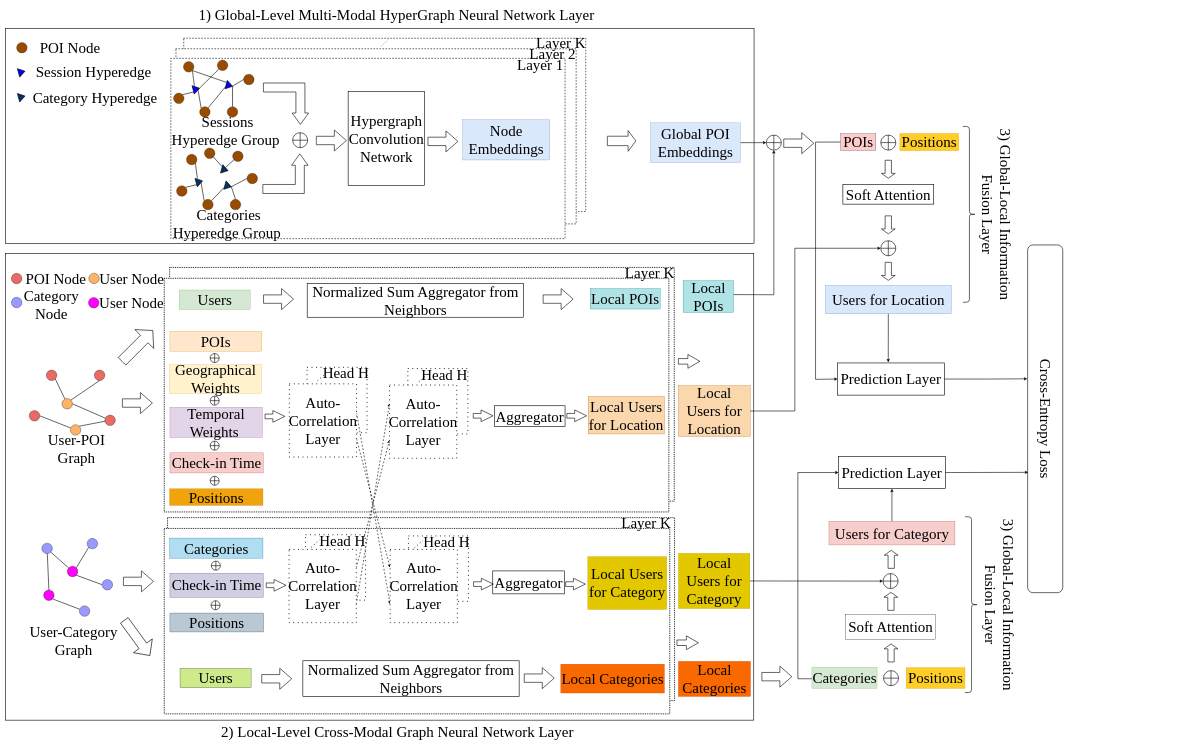
chenshone/draw keeps this draw.io diagram as page "第 1 页" (1 of 2) of hgcn_nextpoi.drawio. Above is the earlier version. Source tidied: cells renumbered, new cells numbered last; positions are measured from the earlier drawing's top-left corner, leaving out a move shared by most shapes. Both pictures are drawn from the tidied source at 30%, with x=0, y=0 at pixel (5, 5).
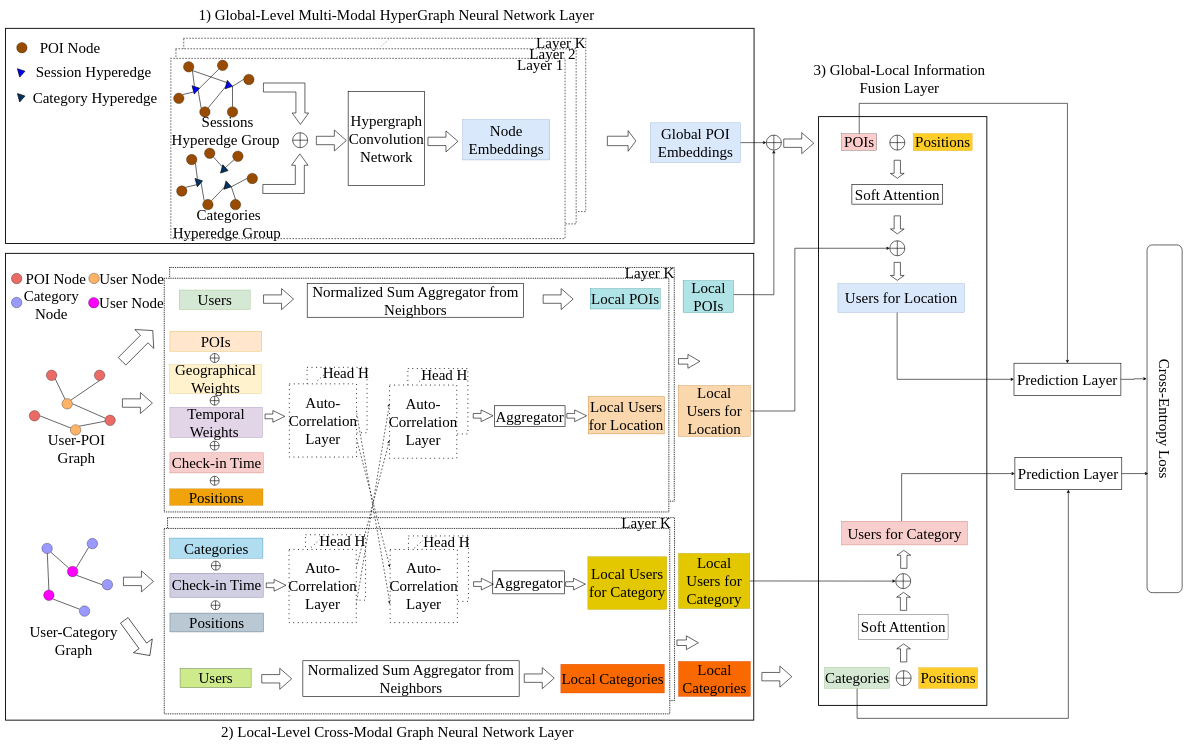
Above is the later version.

What changed in the source:
```diff
@@
+    <mxCell id="204" style="rounded=0;whiteSpace=wrap;html=1;fillColor=none;strokeColor=default;fontSize=50;strokeWidth=3;fontFamily=Times New Roman;fontColor=default;" parent="1" vertex="1">
+      <mxGeometry x="2710" y="371.2" width="561" height="1962.6" as="geometry" />
+    </mxCell>
-    <mxCell id="2" style="rounded=0;whiteSpace=wrap;html=1;fillColor=none;strokeColor=default;fontSize=50;strokeWidth=2;fontFamily=Times New Roman;fontColor=default;" parent="1" vertex="1">
+    <mxCell id="2" style="rounded=0;whiteSpace=wrap;html=1;fillColor=none;strokeColor=default;fontSize=50;strokeWidth=3;fontFamily=Times New Roman;fontColor=default;" parent="1" vertex="1">
       <mxGeometry y="827" width="2494" height="1556" as="geometry" />
     </mxCell>
@@
-    <mxCell id="7" style="rounded=0;whiteSpace=wrap;html=1;fillColor=none;strokeColor=default;fontSize=50;strokeWidth=2;fontFamily=Times New Roman;fontColor=default;" parent="1" vertex="1">
+    <mxCell id="7" style="rounded=0;whiteSpace=wrap;html=1;fillColor=none;strokeColor=default;fontSize=50;strokeWidth=3;fontFamily=Times New Roman;fontColor=default;" parent="1" vertex="1">
       <mxGeometry y="77" width="2495" height="717" as="geometry" />
     </mxCell>
@@
     <mxCell id="23" value="&lt;font style=&quot;font-size: 50px;&quot;&gt;Cross-Entropy Loss&lt;/font&gt;" style="rounded=1;whiteSpace=wrap;html=1;fillColor=none;strokeColor=default;strokeWidth=2;horizontal=0;rotation=-180;fontSize=50;fontFamily=Times New Roman;fontColor=default;" parent="1" vertex="1">
-      <mxGeometry x="3407" y="799" width="117" height="1159" as="geometry" />
+      <mxGeometry x="3805" y="799" width="117" height="1159" as="geometry" />
     </mxCell>
@@
-    <mxCell id="139" style="edgeStyle=orthogonalEdgeStyle;rounded=0;jettySize=auto;html=1;exitX=0;exitY=0.5;exitDx=0;exitDy=0;entryX=0.5;entryY=1;entryDx=0;entryDy=0;strokeWidth=2;" parent="1" edge="1" source="140" target="201">
+    <mxCell id="139" style="edgeStyle=orthogonalEdgeStyle;rounded=0;jettySize=auto;html=1;entryX=0;entryY=0.5;entryDx=0;entryDy=0;strokeWidth=2;" parent="1" edge="1" source="140" target="201">
       <mxGeometry relative="1" as="geometry">
         <Array as="points">
-          <mxPoint x="2700" y="457" />
-          <mxPoint x="2700" y="1247" />
+          <mxPoint x="2846" y="327" />
+          <mxPoint x="3539" y="327" />
         </Array>
       </mxGeometry>
     </mxCell>
     <mxCell id="140" value="POIs" style="text;html=1;strokeColor=#36393d;fillColor=#ffcccc;align=center;verticalAlign=middle;whiteSpace=wrap;rounded=0;fontSize=50;fontFamily=Times New Roman;" parent="1" vertex="1">
-      <mxGeometry x="2783.8" y="428.5" width="117.2" height="55.1" as="geometry" />
+      <mxGeometry x="2787" y="428.5" width="117.2" height="55.1" as="geometry" />
     </mxCell>
     <mxCell id="141" value="Positions" style="text;html=1;strokeColor=#d79b00;fillColor=#ffcd28;align=center;verticalAlign=middle;whiteSpace=wrap;rounded=0;fontSize=50;fontFamily=Times New Roman;gradientColor=none;" parent="1" vertex="1">
-      <mxGeometry x="2981.2" y="427.4" width="196" height="57.2" as="geometry" />
+      <mxGeometry x="3026" y="427.4" width="196" height="57.2" as="geometry" />
     </mxCell>
     <mxCell id="142" style="shape=orEllipse;perimeter=ellipsePerimeter;whiteSpace=wrap;html=1;backgroundOutline=1;fillColor=none;strokeColor=default;strokeWidth=2;fontSize=50;fontFamily=Times New Roman;fontColor=default;" parent="1" vertex="1">
-      <mxGeometry x="2917.5" y="432.9" width="50" height="50" as="geometry" />
+      <mxGeometry x="2947.5" y="432.9" width="50" height="50" as="geometry" />
     </mxCell>
     <mxCell id="143" style="shape=singleArrow;whiteSpace=wrap;html=1;arrowWidth=0.4555555555555524;arrowSize=0.2718676122931441;fillColor=none;strokeColor=default;strokeWidth=2;rotation=90;fontSize=50;fontFamily=Times New Roman;fontColor=default;" parent="1" vertex="1">
-      <mxGeometry x="2912.5" y="523.7" width="60" height="46" as="geometry" />
+      <mxGeometry x="2942.5" y="523.7" width="60" height="46" as="geometry" />
     </mxCell>
     <mxCell id="144" value="Soft Attention" style="rounded=0;whiteSpace=wrap;html=1;fillColor=none;strokeColor=default;fontColor=default;fontSize=50;strokeWidth=2;fontFamily=Times New Roman;" parent="1" vertex="1">
-      <mxGeometry x="2791.1" y="597" width="302.8" height="66" as="geometry" />
+      <mxGeometry x="2821.1" y="597" width="302.8" height="66" as="geometry" />
     </mxCell>
     <mxCell id="145" style="shape=singleArrow;whiteSpace=wrap;html=1;arrowWidth=0.4555555555555524;arrowSize=0.2718676122931441;fillColor=none;strokeColor=default;strokeWidth=2;rotation=90;fontSize=50;fontFamily=Times New Roman;fontColor=default;" parent="1" vertex="1">
-      <mxGeometry x="2912.5" y="709" width="60" height="46" as="geometry" />
+      <mxGeometry x="2942.5" y="709" width="60" height="46" as="geometry" />
     </mxCell>
     <mxCell id="146" style="shape=orEllipse;perimeter=ellipsePerimeter;whiteSpace=wrap;html=1;backgroundOutline=1;fillColor=none;strokeColor=default;strokeWidth=2;fontSize=50;fontFamily=Times New Roman;fontColor=default;" parent="1" vertex="1">
-      <mxGeometry x="2917.5" y="785" width="50" height="50" as="geometry" />
+      <mxGeometry x="2947.5" y="785" width="50" height="50" as="geometry" />
     </mxCell>
     <mxCell id="147" style="shape=singleArrow;whiteSpace=wrap;html=1;arrowWidth=0.4555555555555524;arrowSize=0.2718676122931441;fillColor=none;strokeColor=default;strokeWidth=2;rotation=90;fontSize=50;fontFamily=Times New Roman;fontColor=default;" parent="1" vertex="1">
-      <mxGeometry x="2912.5" y="864" width="60" height="46" as="geometry" />
+      <mxGeometry x="2942.5" y="864" width="60" height="46" as="geometry" />
     </mxCell>
+    <mxCell id="202" style="edgeStyle=orthogonalEdgeStyle;rounded=0;jettySize=auto;html=1;entryX=0.5;entryY=1;entryDx=0;entryDy=0;strokeWidth=2;" parent="1" edge="1" source="148" target="201">
+      <mxGeometry relative="1" as="geometry">
+        <Array as="points">
+          <mxPoint x="2972" y="1247" />
+        </Array>
+      </mxGeometry>
+    </mxCell>
     <mxCell id="148" value="Users for Location" style="text;html=1;strokeColor=#6c8ebf;fillColor=#dae8fc;align=center;verticalAlign=middle;whiteSpace=wrap;rounded=0;fontSize=50;fontFamily=Times New Roman;gradientColor=none;" parent="1" vertex="1">
-      <mxGeometry x="2732" y="933.5" width="421" height="95" as="geometry" />
+      <mxGeometry x="2774.7" y="928.5" width="421" height="95" as="geometry" />
     </mxCell>
-    <mxCell id="149" style="edgeStyle=orthogonalEdgeStyle;rounded=0;jettySize=auto;html=1;entryX=0.5;entryY=1;entryDx=0;entryDy=0;strokeWidth=2;fontFamily=Times New Roman;fontSize=50;" parent="1" edge="1" source="150" target="161">
+    <mxCell id="149" style="edgeStyle=orthogonalEdgeStyle;rounded=0;jettySize=auto;html=1;entryX=1;entryY=0.5;entryDx=0;entryDy=0;strokeWidth=2;" parent="1" edge="1" source="150" target="161">
       <mxGeometry relative="1" as="geometry">
         <Array as="points">
-          <mxPoint x="2641" y="2245" />
-          <mxPoint x="2641" y="1558" />
+          <mxPoint x="2839" y="2377" />
+          <mxPoint x="3543" y="2377" />
         </Array>
       </mxGeometry>
     </mxCell>
     <mxCell id="150" value="Categories&amp;nbsp;" style="text;html=1;strokeColor=#82b366;fillColor=#d5e8d4;align=left;verticalAlign=middle;whiteSpace=wrap;rounded=0;fontSize=50;fontFamily=Times New Roman;gradientColor=none;" parent="1" vertex="1">
-      <mxGeometry x="2688" y="2206.7" width="217" height="70.4" as="geometry" />
+      <mxGeometry x="2730" y="2206.7" width="217" height="70.4" as="geometry" />
     </mxCell>
     <mxCell id="151" style="shape=orEllipse;perimeter=ellipsePerimeter;whiteSpace=wrap;html=1;backgroundOutline=1;fillColor=none;strokeColor=default;strokeWidth=2;fontSize=50;fontFamily=Times New Roman;fontColor=default;" parent="1" vertex="1">
-      <mxGeometry x="2926.6" y="2218" width="50" height="50" as="geometry" />
+      <mxGeometry x="2968.6" y="2218" width="50" height="50" as="geometry" />
     </mxCell>
     <mxCell id="152" style="shape=singleArrow;whiteSpace=wrap;html=1;arrowWidth=0.4555555555555524;arrowSize=0.2718676122931441;fillColor=none;strokeColor=default;strokeWidth=2;rotation=-90;fontSize=50;fontFamily=Times New Roman;fontColor=default;" parent="1" vertex="1">
-      <mxGeometry x="2921.6" y="2136" width="60" height="46" as="geometry" />
+      <mxGeometry x="2963.6" y="2136" width="60" height="46" as="geometry" />
     </mxCell>
     <mxCell id="153" value="Soft Attention" style="rounded=0;whiteSpace=wrap;html=1;fillColor=none;strokeColor=default;fontColor=default;fontSize=50;fontFamily=Times New Roman;" parent="1" vertex="1">
-      <mxGeometry x="2800.9" y="2030" width="298.8" height="85" as="geometry" />
+      <mxGeometry x="2842.9" y="2030" width="298.8" height="85" as="geometry" />
     </mxCell>
     <mxCell id="154" style="shape=orEllipse;perimeter=ellipsePerimeter;whiteSpace=wrap;html=1;backgroundOutline=1;fillColor=none;strokeColor=default;strokeWidth=2;fontSize=50;fontFamily=Times New Roman;fontColor=default;" parent="1" vertex="1">
-      <mxGeometry x="2925.2" y="1894.5" width="50" height="50" as="geometry" />
+      <mxGeometry x="2967.2" y="1894.5" width="50" height="50" as="geometry" />
     </mxCell>
-    <mxCell id="155" style="edgeStyle=orthogonalEdgeStyle;rounded=0;jettySize=auto;html=1;entryX=1;entryY=0.5;entryDx=0;entryDy=0;strokeWidth=2;fontFamily=Times New Roman;fontSize=50;" parent="1" edge="1" source="156" target="161">
-      <mxGeometry relative="1" as="geometry" />
+    <mxCell id="155" style="edgeStyle=orthogonalEdgeStyle;rounded=0;jettySize=auto;html=1;entryX=0.5;entryY=1;entryDx=0;entryDy=0;strokeWidth=2;" parent="1" edge="1" source="156" target="161">
+      <mxGeometry relative="1" as="geometry">
+        <Array as="points">
+          <mxPoint x="2987" y="1561" />
+        </Array>
+      </mxGeometry>
     </mxCell>
     <mxCell id="156" value="Users for Category" style="text;html=1;strokeColor=#b85450;fillColor=#f8cecc;align=center;verticalAlign=middle;whiteSpace=wrap;rounded=0;fontSize=50;fontFamily=Times New Roman;gradientColor=none;" parent="1" vertex="1">
-      <mxGeometry x="2744.7" y="1720" width="419.9" height="79" as="geometry" />
+      <mxGeometry x="2786.7" y="1720" width="419.9" height="79" as="geometry" />
     </mxCell>
@@
     <mxCell id="158" style="shape=singleArrow;whiteSpace=wrap;html=1;arrowWidth=0.4555555555555524;arrowSize=0.2718676122931441;fillColor=none;strokeColor=default;strokeWidth=2;rotation=-90;fontSize=50;fontFamily=Times New Roman;fontColor=default;" parent="1" vertex="1">
-      <mxGeometry x="2921.2" y="1964" width="60" height="46" as="geometry" />
+      <mxGeometry x="2963.2" y="1964" width="60" height="46" as="geometry" />
     </mxCell>
     <mxCell id="159" style="shape=singleArrow;whiteSpace=wrap;html=1;arrowWidth=0.4555555555555524;arrowSize=0.2718676122931441;fillColor=none;strokeColor=default;strokeWidth=2;rotation=-90;fontSize=50;fontFamily=Times New Roman;fontColor=default;" parent="1" vertex="1">
-      <mxGeometry x="2922.2" y="1824" width="60" height="46" as="geometry" />
+      <mxGeometry x="2964.2" y="1824" width="60" height="46" as="geometry" />
     </mxCell>
-    <mxCell id="160" style="rounded=0;jettySize=auto;html=1;exitX=0.5;exitY=0;exitDx=0;exitDy=0;strokeColor=default;strokeWidth=2;entryX=0.983;entryY=0.346;entryDx=0;entryDy=0;entryPerimeter=0;fontSize=50;fontFamily=Times New Roman;fontColor=default;" parent="1" edge="1" source="161" target="23">
-      <mxGeometry relative="1" as="geometry" />
+    <mxCell id="160" style="rounded=0;jettySize=auto;html=1;exitX=0.5;exitY=0;exitDx=0;exitDy=0;strokeColor=default;strokeWidth=2;fontSize=50;fontFamily=Times New Roman;fontColor=default;" parent="1" edge="1" source="161">
+      <mxGeometry relative="1" as="geometry">
+        <mxPoint x="3809" y="1561" as="targetPoint" />
+      </mxGeometry>
     </mxCell>
     <mxCell id="161" value="&lt;font style=&quot;font-size: 50px;&quot;&gt;Prediction Layer&lt;/font&gt;" style="rounded=0;whiteSpace=wrap;html=1;labelBackgroundColor=none;fontColor=default;fillColor=none;strokeColor=default;strokeWidth=2;horizontal=0;rotation=90;verticalAlign=middle;align=center;fontSize=50;fontStyle=0;fontFamily=Times New Roman;" parent="1" vertex="1">
-      <mxGeometry x="2901" y="1379.5" width="107.2" height="356.3" as="geometry" />
+      <mxGeometry x="3489" y="1383" width="107.2" height="356.3" as="geometry" />
     </mxCell>
@@
-    <mxCell id="168" value="3) Global-Local Information Fusion Layer" style="text;html=1;strokeColor=none;fillColor=none;align=center;verticalAlign=middle;whiteSpace=wrap;rounded=0;fontColor=default;fontSize=50;rotation=-180;fontStyle=0;horizontal=0;fontFamily=Times New Roman;" parent="1" vertex="1">
-      <mxGeometry x="3250" y="365.5" width="106.5" height="663" as="geometry" />
+    <mxCell id="168" value="3) Global-Local Information Fusion Layer" style="text;html=1;strokeColor=none;fillColor=none;align=center;verticalAlign=middle;whiteSpace=wrap;rounded=0;fontColor=default;fontSize=50;rotation=90;fontStyle=0;horizontal=0;fontFamily=Times New Roman;" parent="1" vertex="1">
+      <mxGeometry x="2926.6" y="-87" width="106.5" height="663" as="geometry" />
     </mxCell>
@@
-    <mxCell id="170" style="shape=curlyBracket;whiteSpace=wrap;html=1;rounded=1;flipH=1;labelPosition=right;verticalLabelPosition=middle;align=left;verticalAlign=middle;strokeColor=default;strokeWidth=2;fontSize=50;fontFamily=Times New Roman;fontColor=default;" parent="1" vertex="1">
-      <mxGeometry x="3191" y="404" width="44" height="586" as="geometry" />
-    </mxCell>
-    <mxCell id="171" value="3) Global-Local Information Fusion Layer" style="text;html=1;strokeColor=none;fillColor=none;align=center;verticalAlign=middle;whiteSpace=wrap;rounded=0;fontColor=default;fontSize=50;rotation=-180;fontStyle=0;horizontal=0;fontFamily=Times New Roman;" parent="1" vertex="1">
-      <mxGeometry x="3259" y="1647.5" width="106.5" height="701" as="geometry" />
-    </mxCell>
-    <mxCell id="172" style="shape=curlyBracket;whiteSpace=wrap;html=1;rounded=1;flipH=1;labelPosition=right;verticalLabelPosition=middle;align=left;verticalAlign=middle;strokeColor=default;strokeWidth=2;fontSize=50;fontFamily=Times New Roman;fontColor=default;" parent="1" vertex="1">
-      <mxGeometry x="3198" y="1705" width="44" height="586" as="geometry" />
-    </mxCell>
@@
     <mxCell id="197" value="Positions" style="text;html=1;strokeColor=#d79b00;fillColor=#ffcd28;align=center;verticalAlign=middle;whiteSpace=wrap;rounded=0;fontSize=50;fontFamily=Times New Roman;gradientColor=none;" parent="1" vertex="1">
-      <mxGeometry x="3002" y="2208" width="196" height="69.1" as="geometry" />
+      <mxGeometry x="3044" y="2208" width="196" height="69.1" as="geometry" />
     </mxCell>
@@
     <mxCell id="201" value="&lt;font style=&quot;font-size: 50px;&quot;&gt;Prediction Layer&lt;/font&gt;" style="rounded=0;whiteSpace=wrap;html=1;labelBackgroundColor=none;fontColor=default;fillColor=none;strokeColor=default;strokeWidth=2;horizontal=0;rotation=90;verticalAlign=middle;align=center;fontSize=50;fontStyle=0;fontFamily=Times New Roman;" parent="1" vertex="1">
-      <mxGeometry x="2898" y="1067.8" width="107.2" height="356.3" as="geometry" />
+      <mxGeometry x="3486" y="1068.7" width="107.2" height="356.3" as="geometry" />
     </mxCell>
-    <mxCell id="202" style="edgeStyle=orthogonalEdgeStyle;rounded=0;jettySize=auto;html=1;exitX=0.5;exitY=1;exitDx=0;exitDy=0;entryX=-0.019;entryY=0.526;entryDx=0;entryDy=0;entryPerimeter=0;strokeWidth=2;" parent="1" edge="1" source="148" target="201">
-      <mxGeometry relative="1" as="geometry" />
-    </mxCell>
```
